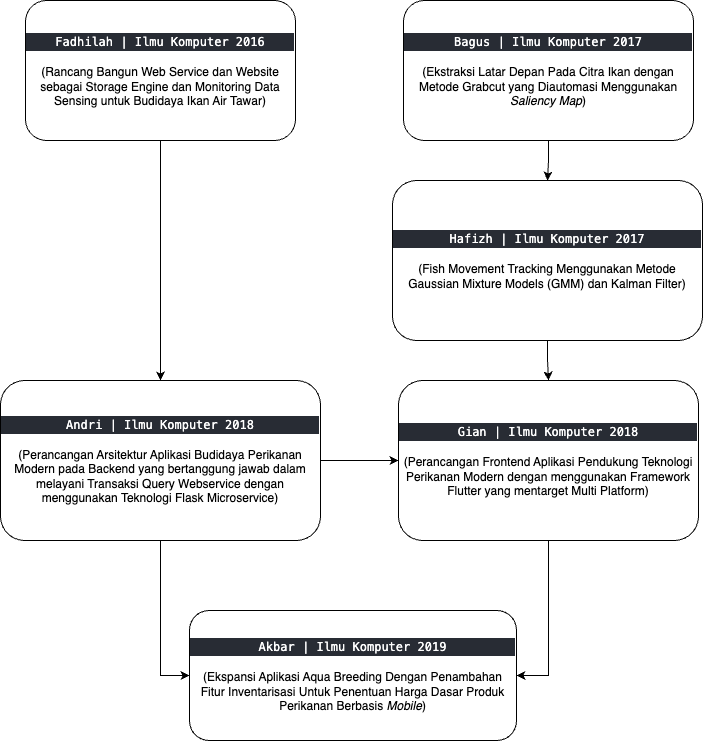
Earlier version of the draw.io export gambar/research_tree.png (MauL08/MyThesis). Source tidied: cells renumbered, new cells last; positions are measured from the earlier drawing's top-left corner, leaving out a move shared by most shapes.
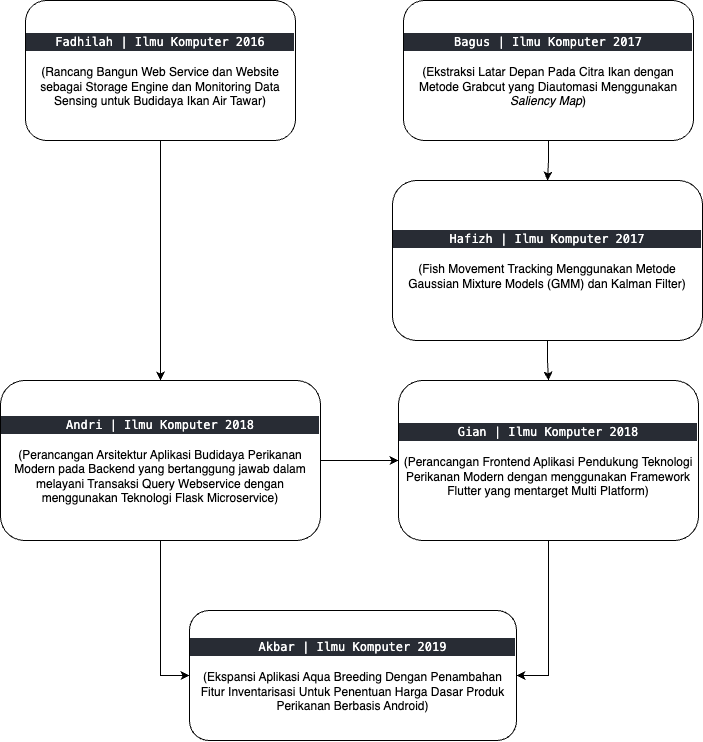
After the commit.

Diff of the diagram source:
```diff
@@ -29,7 +29,7 @@
     <mxCell id="10" value="&lt;div style=&quot;background-color: rgb(40, 44, 52); font-family: Menlo, Monaco, &amp;quot;Courier New&amp;quot;, monospace, &amp;quot;MesloLGS NF&amp;quot;, Menlo, Monaco, &amp;quot;Courier New&amp;quot;, monospace; line-height: 18px;&quot;&gt;&lt;font color=&quot;#ffffff&quot;&gt;Gian | Ilmu Komputer 2018&lt;/font&gt;&lt;/div&gt;&lt;br&gt;(Perancangan Frontend Aplikasi Pendukung Teknologi Perikanan Modern dengan menggunakan Framework Flutter yang mentarget Multi Platform&lt;span style=&quot;background-color: initial;&quot;&gt;)&lt;/span&gt;" style="rounded=1;whiteSpace=wrap;html=1;" parent="1" vertex="1">
       <mxGeometry x="398" y="380" width="300" height="160" as="geometry" />
     </mxCell>
-    <mxCell id="11" value="&lt;div style=&quot;background-color: rgb(40, 44, 52); font-family: Menlo, Monaco, &amp;quot;Courier New&amp;quot;, monospace, &amp;quot;MesloLGS NF&amp;quot;, Menlo, Monaco, &amp;quot;Courier New&amp;quot;, monospace; line-height: 18px;&quot;&gt;&lt;font color=&quot;#ffffff&quot;&gt;Akbar | Ilmu Komputer 2019&lt;/font&gt;&lt;/div&gt;&lt;br&gt;(Ekspansi Aplikasi Aqua Breeding Dengan Penambahan Fitur Inventarisasi Untuk Penentuan Harga Dasar Produk Perikanan Berbasis &lt;i&gt;Mobile&lt;/i&gt;&lt;span style=&quot;background-color: initial;&quot;&gt;)&lt;/span&gt;" style="rounded=1;whiteSpace=wrap;html=1;" parent="1" vertex="1">
+    <mxCell id="11" value="&lt;div style=&quot;background-color: rgb(40, 44, 52); font-family: Menlo, Monaco, &amp;quot;Courier New&amp;quot;, monospace, &amp;quot;MesloLGS NF&amp;quot;, Menlo, Monaco, &amp;quot;Courier New&amp;quot;, monospace; line-height: 18px;&quot;&gt;&lt;font color=&quot;#ffffff&quot;&gt;Akbar | Ilmu Komputer 2019&lt;/font&gt;&lt;/div&gt;&lt;br&gt;(Ekspansi Aplikasi Aqua Breeding Dengan Penambahan Fitur Inventarisasi Untuk Penentuan Harga Dasar Produk Perikanan Berbasis Android&lt;span style=&quot;background-color: initial;&quot;&gt;)&lt;/span&gt;" style="rounded=1;whiteSpace=wrap;html=1;" parent="1" vertex="1">
       <mxGeometry x="189" y="610" width="327" height="130" as="geometry" />
     </mxCell>
     <mxCell id="12" style="edgeStyle=orthogonalEdgeStyle;rounded=0;jettySize=auto;html=1;" parent="1" edge="1" source="13" target="10">
```
